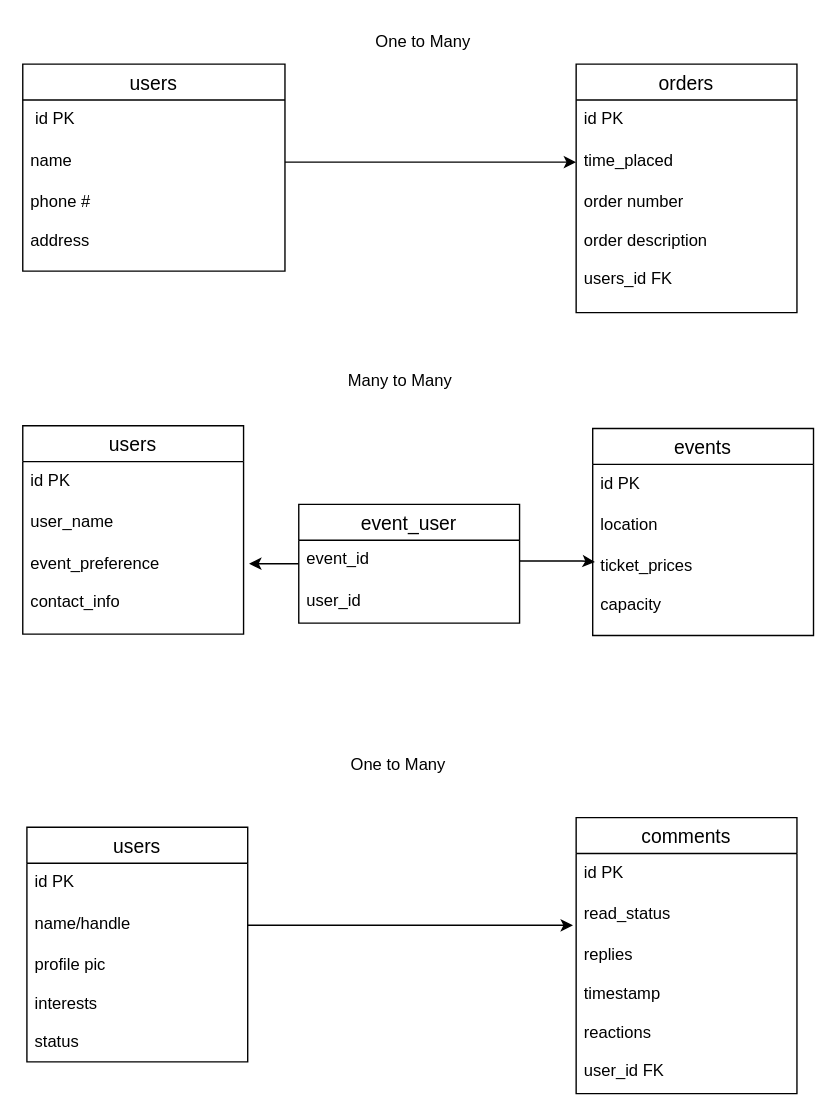
This is Untitled Diagram.drawio from Pchiaful/database-exercises, a draw.io file, before an edit. Source tidied: cells renumbered, new cells numbered last; positions are measured from the earlier drawing's top-left corner, leaving out a move shared by most shapes. Both pictures are drawn from the tidied source at 138%, with x=0, y=0 at pixel (22, 22).
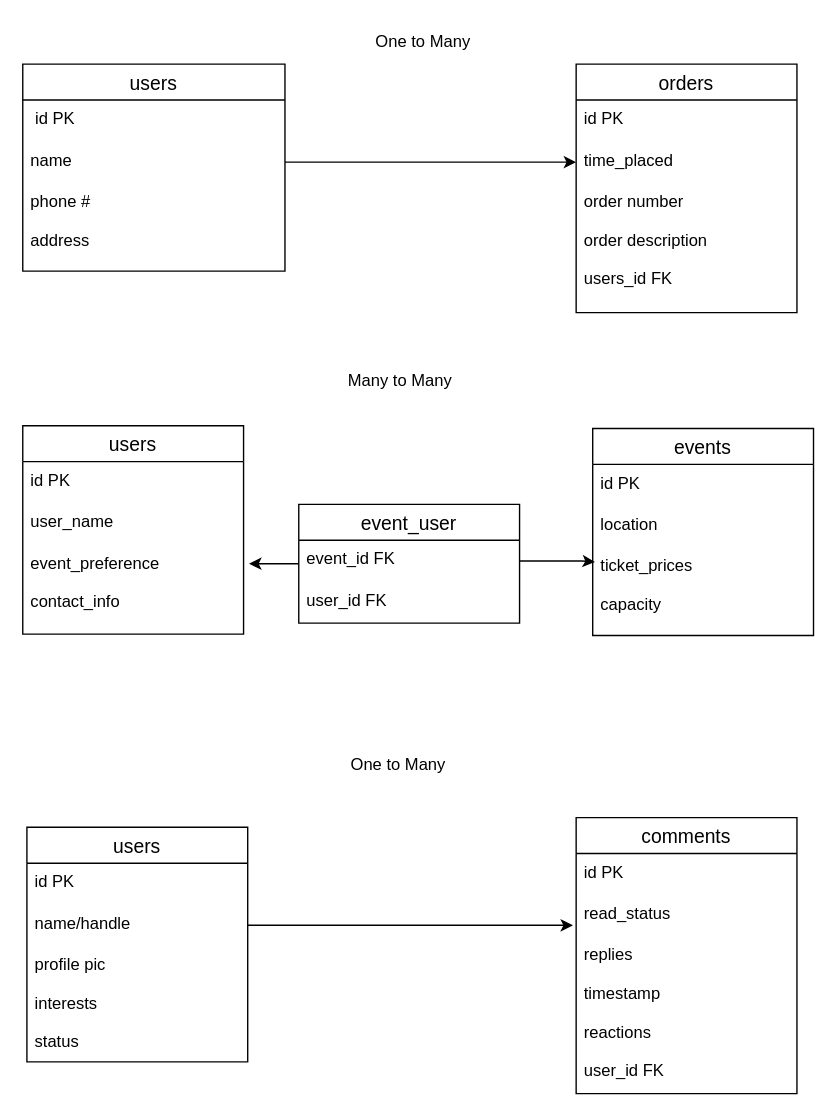
Above is the later version.

Commit message:
mysql relationships exercise

The change refers to these unchanged cells:
```xml
<mxCell id="21" value="event_user" style="swimlane;fontStyle=0;horizontal=1;startSize=26;align=center;fontSize=14;" parent="1" vertex="1">
  <mxGeometry x="200" y="349" width="160" height="86" as="geometry" />
</mxCell>
```

The edit, as a diff of the source:
```diff
@@
-    <mxCell id="22" value="event_id" style="text;strokeColor=none;fillColor=none;spacingLeft=4;spacingRight=4;overflow=hidden;points=[[0,0.5],[1,0.5]];portConstraint=eastwest;fontSize=12;" parent="21" vertex="1">
+    <mxCell id="22" value="event_id FK" style="text;strokeColor=none;fillColor=none;spacingLeft=4;spacingRight=4;overflow=hidden;points=[[0,0.5],[1,0.5]];portConstraint=eastwest;fontSize=12;" parent="21" vertex="1">
       <mxGeometry y="26" width="160" height="30" as="geometry" />
     </mxCell>
-    <mxCell id="23" value="user_id" style="text;strokeColor=none;fillColor=none;spacingLeft=4;spacingRight=4;overflow=hidden;fontSize=12;" parent="21" vertex="1">
+    <mxCell id="23" value="user_id FK" style="text;strokeColor=none;fillColor=none;spacingLeft=4;spacingRight=4;overflow=hidden;fontSize=12;" parent="21" vertex="1">
       <mxGeometry y="56" width="160" height="30" as="geometry" />
     </mxCell>
```
